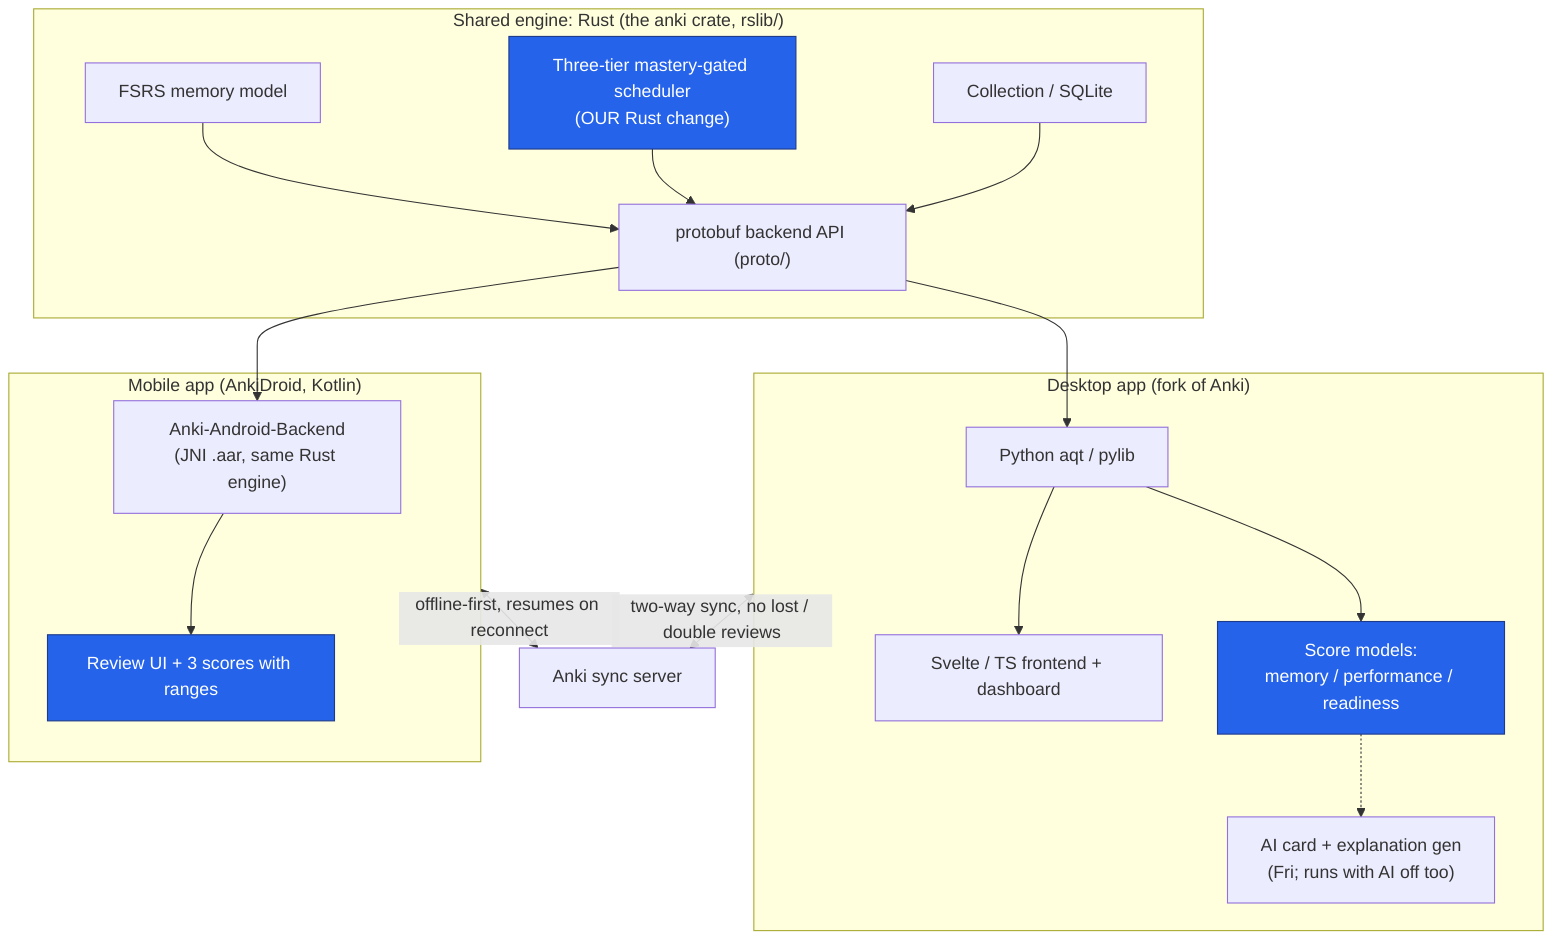
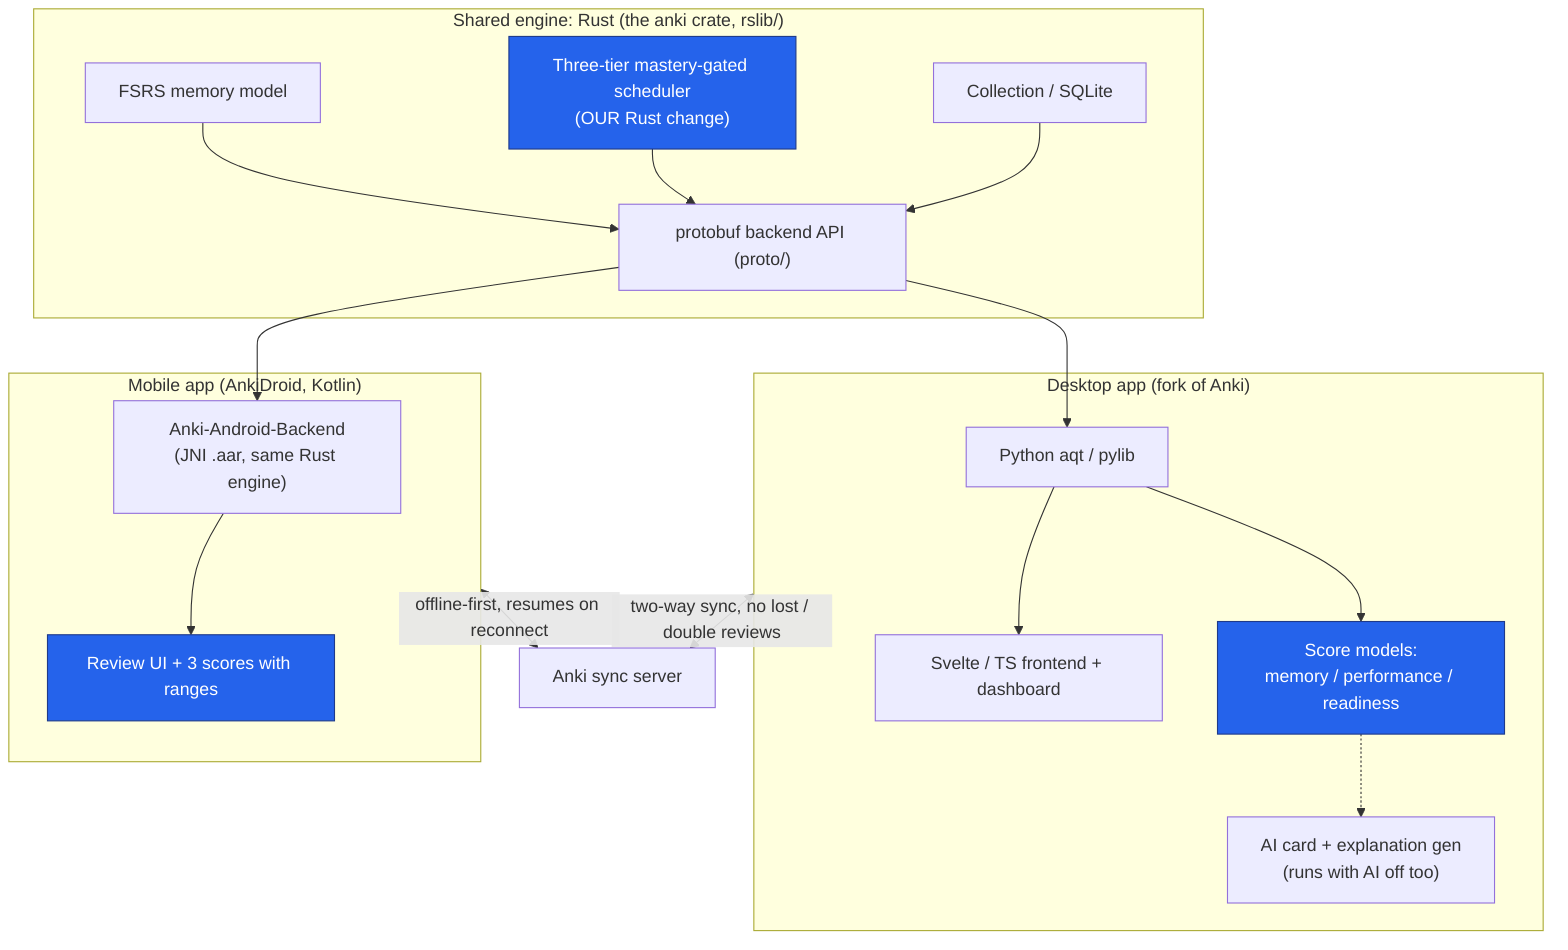
flowchart TB
  subgraph Shared["Shared engine: Rust (the anki crate, rslib/)"]
    FSRS["FSRS memory model"]
    SCHED["Three-tier mastery-gated scheduler<br/>(OUR Rust change)"]
    COLL["Collection / SQLite"]
    PROTO["protobuf backend API (proto/)"]
    FSRS --> PROTO
    SCHED --> PROTO
    COLL --> PROTO
  end

  subgraph Desktop["Desktop app (fork of Anki)"]
    PY["Python aqt / pylib"]
    UI["Svelte / TS frontend + dashboard"]
    MODELS["Score models:<br/>memory / performance / readiness"]
-     AI["AI card + explanation gen<br/>(Fri; runs with AI off too)"]
+     AI["AI card + explanation gen<br/>(runs with AI off too)"]
    PY --> UI
    PY --> MODELS
    MODELS -.-> AI
  end

  subgraph Mobile["Mobile app (AnkiDroid, Kotlin)"]
    JNI["Anki-Android-Backend<br/>(JNI .aar, same Rust engine)"]
    MUI["Review UI + 3 scores with ranges"]
    JNI --> MUI
  end

  PROTO --> PY
  PROTO --> JNI
  Desktop <-->|"two-way sync, no lost / double reviews"| SyncSrv["Anki sync server"]
  Mobile <-->|"offline-first, resumes on reconnect"| SyncSrv

  classDef ours fill:#2563eb,stroke:#1e3a8a,color:#fff;
  class SCHED,MODELS,MUI ours;
